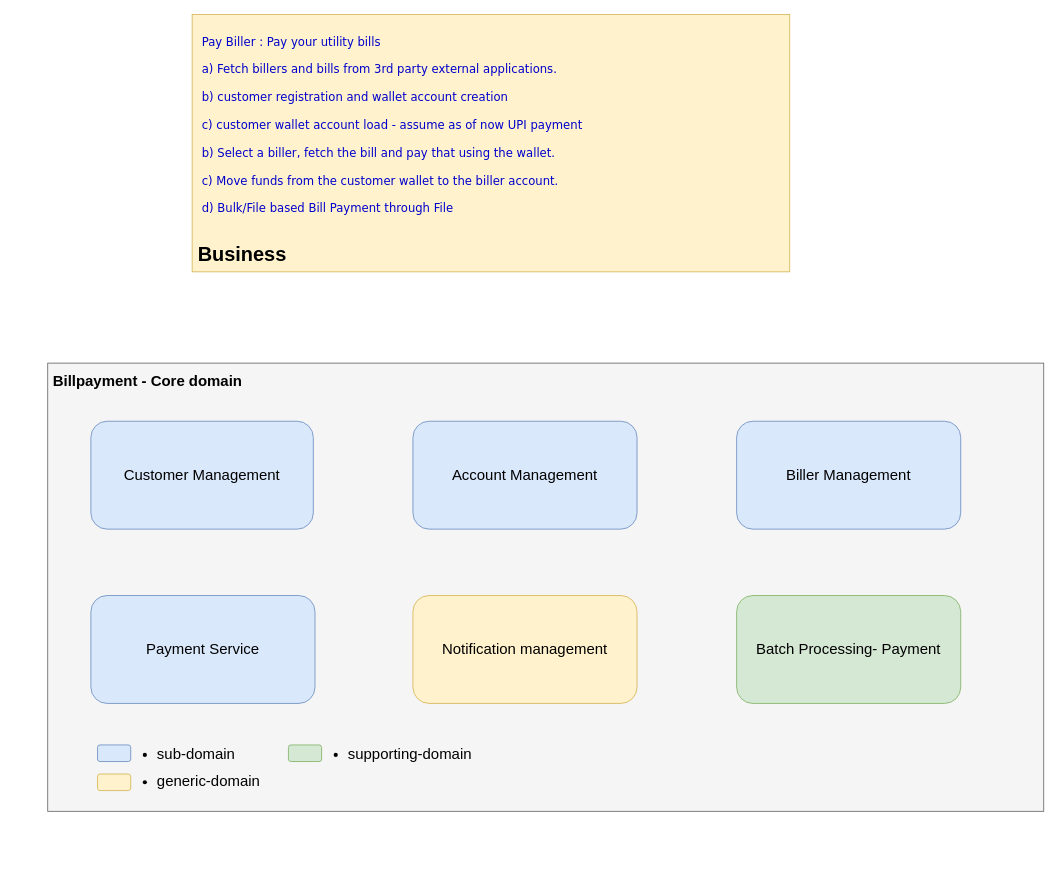
aratishingala83/learning keeps this draw.io diagram as java8/src/main/Untitled Diagram.drawio. Above is the earlier version. Source tidied: cells renumbered, new cells numbered last; positions are measured from the earlier drawing's top-left corner, leaving out a move shared by most shapes. Both pictures are drawn from the tidied source at 83%, with x=0, y=0 at pixel (47, 14).
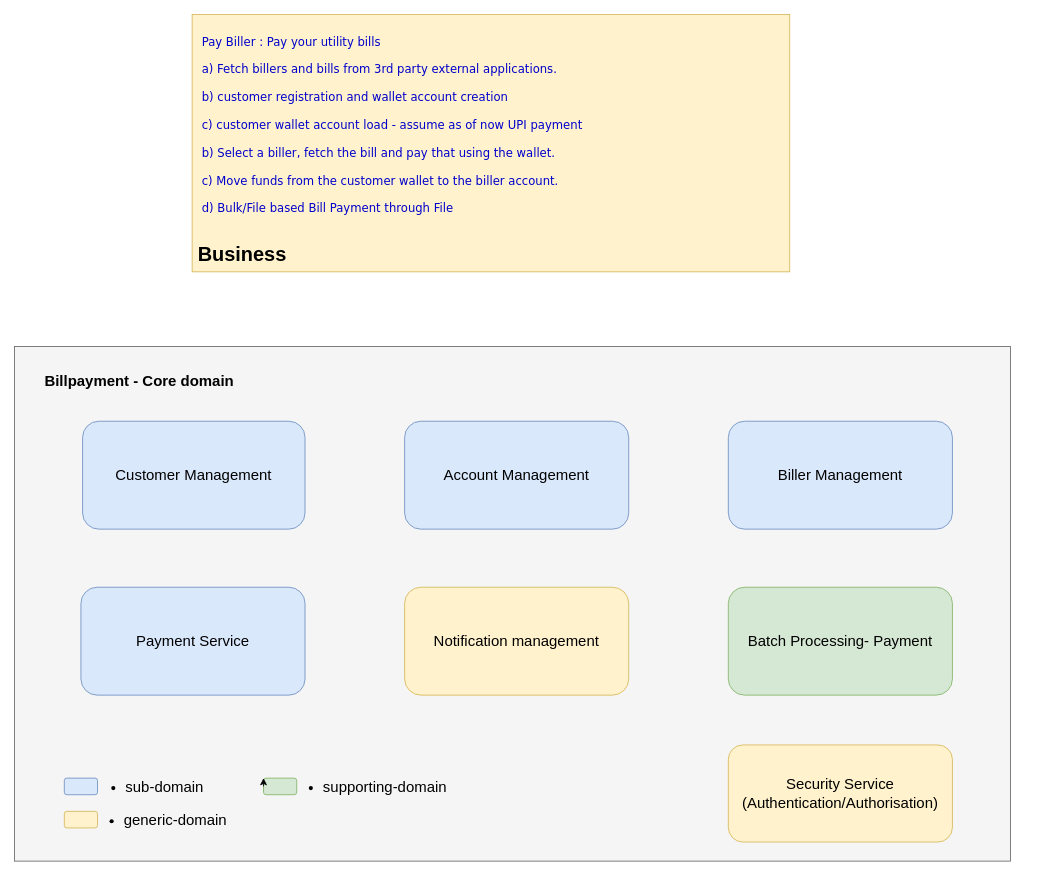
The same diagram, later.

Diff of the diagram source:
```diff
@@
+    <mxCell id="21" style="group;" parent="1" vertex="1">
+      <mxGeometry x="-10" width="1200" height="1020" as="geometry" />
+    </mxCell>
-    <mxCell id="2" style="group;" parent="1" vertex="1">
-      <mxGeometry x="174" width="770" height="310" as="geometry" />
+    <mxCell id="2" style="group;" parent="21" vertex="1">
+      <mxGeometry x="184" width="770" height="310" as="geometry" />
     </mxCell>
@@
-    <mxCell id="6" style="group;" parent="1" vertex="1">
-      <mxGeometry y="420" width="1200" height="540" as="geometry" />
+    <mxCell id="6" style="group;" parent="21" vertex="1">
+      <mxGeometry y="420" width="1200" height="600" as="geometry" />
     </mxCell>
     <mxCell id="7" style="rounded=0;whiteSpace=wrap;html=1;fillColor=#f5f5f5;strokeColor=#666666;fontColor=#333333;" parent="6" vertex="1">
-      <mxGeometry width="1200" height="540" as="geometry" />
+      <mxGeometry x="-30" y="-20" width="1200" height="620" as="geometry" />
     </mxCell>
@@
     <mxCell id="11" value="&lt;font style=&quot;font-size: 18px;&quot;&gt;Notification management&lt;/font&gt;" style="rounded=1;whiteSpace=wrap;html=1;fillColor=#fff2cc;strokeColor=#d6b656;" parent="6" vertex="1">
-      <mxGeometry x="440" y="280" width="270" height="130" as="geometry" />
+      <mxGeometry x="440" y="270" width="270" height="130" as="geometry" />
     </mxCell>
     <mxCell id="12" value="&lt;font style=&quot;font-size: 18px;&quot;&gt;Batch Processing- Payment&lt;/font&gt;" style="rounded=1;whiteSpace=wrap;html=1;fillColor=#d5e8d4;strokeColor=#82b366;" parent="6" vertex="1">
-      <mxGeometry x="830" y="280" width="270" height="130" as="geometry" />
+      <mxGeometry x="830" y="270" width="270" height="130" as="geometry" />
     </mxCell>
     <mxCell id="13" value="&lt;font style=&quot;font-size: 18px;&quot;&gt;Payment Service&lt;/font&gt;" style="rounded=1;whiteSpace=wrap;html=1;fillColor=#dae8fc;strokeColor=#6c8ebf;" parent="6" vertex="1">
-      <mxGeometry x="52" y="280" width="270" height="130" as="geometry" />
+      <mxGeometry x="50" y="270" width="270" height="130" as="geometry" />
     </mxCell>
@@
     <mxCell id="15" style="rounded=1;whiteSpace=wrap;html=1;fontSize=18;fillColor=#dae8fc;strokeColor=#6c8ebf;" parent="6" vertex="1">
-      <mxGeometry x="60" y="460" width="40" height="20" as="geometry" />
+      <mxGeometry x="30" y="500" width="40" height="20" as="geometry" />
     </mxCell>
     <mxCell id="16" style="rounded=1;whiteSpace=wrap;html=1;fontSize=18;fillColor=#fff2cc;strokeColor=#d6b656;" parent="6" vertex="1">
-      <mxGeometry x="60" y="495" width="40" height="20" as="geometry" />
+      <mxGeometry x="30" y="540" width="40" height="20" as="geometry" />
     </mxCell>
     <mxCell id="17" value="&lt;ul&gt;&lt;li&gt;sub-domain&lt;/li&gt;&lt;/ul&gt;" style="text;strokeColor=none;fillColor=none;html=1;whiteSpace=wrap;verticalAlign=middle;overflow=hidden;fontSize=18;" parent="6" vertex="1">
-      <mxGeometry x="90" y="440" width="150" height="50" as="geometry" />
+      <mxGeometry x="62" y="480" width="150" height="50" as="geometry" />
     </mxCell>
     <mxCell id="18" value="&lt;ul&gt;&lt;li&gt;generic-domain&lt;/li&gt;&lt;/ul&gt;" style="text;strokeColor=none;fillColor=none;html=1;whiteSpace=wrap;verticalAlign=middle;overflow=hidden;fontSize=18;" parent="6" vertex="1">
-      <mxGeometry x="90" y="473" width="200" height="50" as="geometry" />
+      <mxGeometry x="60" y="520" width="200" height="50" as="geometry" />
     </mxCell>
     <mxCell id="19" style="rounded=1;whiteSpace=wrap;html=1;fontSize=18;fillColor=#d5e8d4;strokeColor=#82b366;" parent="6" vertex="1">
-      <mxGeometry x="290" y="460" width="40" height="20" as="geometry" />
+      <mxGeometry x="270" y="500" width="40" height="20" as="geometry" />
     </mxCell>
     <mxCell id="20" value="&lt;ul&gt;&lt;li&gt;supporting-domain&lt;/li&gt;&lt;/ul&gt;" style="text;strokeColor=none;fillColor=none;html=1;whiteSpace=wrap;verticalAlign=middle;overflow=hidden;fontSize=18;" parent="6" vertex="1">
-      <mxGeometry x="320" y="440" width="210" height="50" as="geometry" />
+      <mxGeometry x="300" y="480" width="210" height="50" as="geometry" />
     </mxCell>
+    <mxCell id="22" value="&lt;font style=&quot;font-size: 18px;&quot;&gt;Security Service&lt;br&gt;(Authentication/Authorisation)&lt;/font&gt;" style="rounded=1;whiteSpace=wrap;html=1;fillColor=#fff2cc;strokeColor=#d6b656;" parent="6" vertex="1">
+      <mxGeometry x="830" y="460" width="270" height="117" as="geometry" />
+    </mxCell>
+    <mxCell id="23" style="edgeStyle=orthogonalEdgeStyle;rounded=0;orthogonalLoop=1;jettySize=auto;html=1;exitX=0;exitY=0.5;exitDx=0;exitDy=0;entryX=0;entryY=0;entryDx=0;entryDy=0;" parent="6" edge="1" source="19" target="19">
+      <mxGeometry relative="1" as="geometry" />
+    </mxCell>
```
